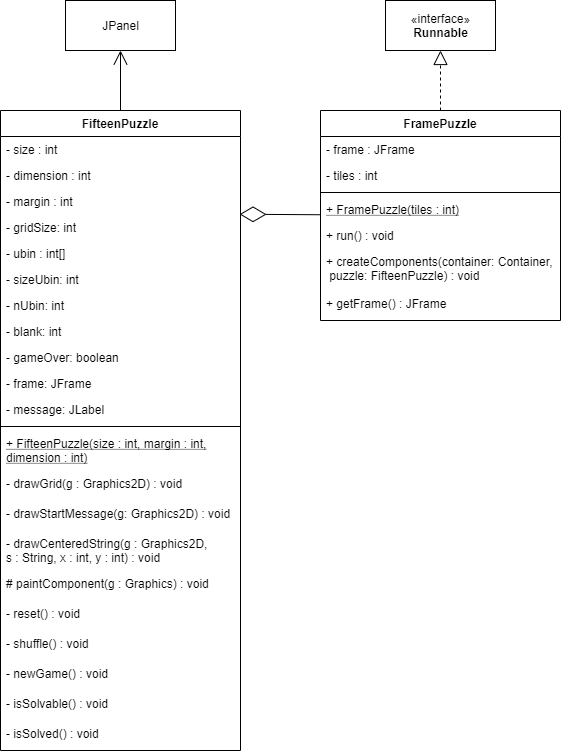
This is images/UML_15Puzzle.png from riansyh/Final-Project-OOP, a draw.io export, as it was before one commit. Source tidied: cells renumbered, new cells last; positions are measured from the earlier drawing's top-left corner, leaving out a move shared by most shapes.
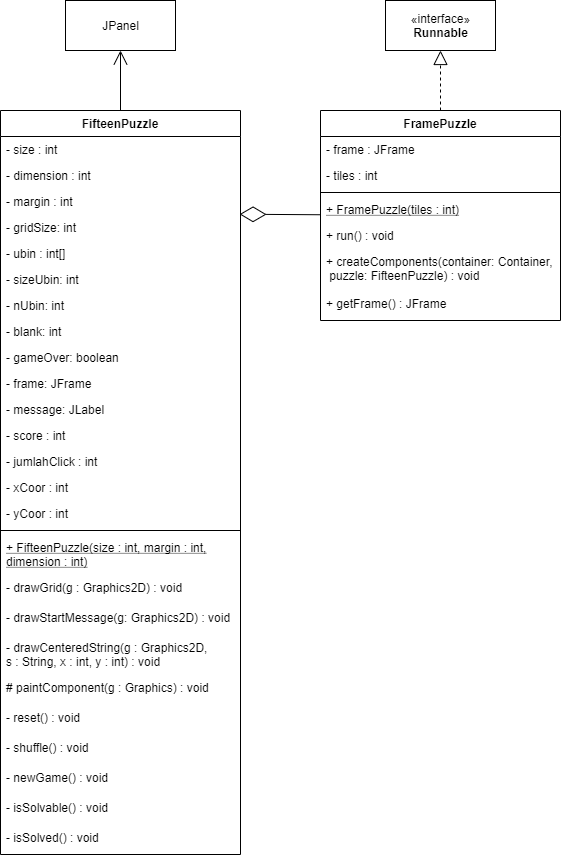
The same diagram one commit later.

Change to the diagram source:
```diff
@@ -3,7 +3,7 @@
     <mxCell id="0" />
     <mxCell id="1" parent="0" />
     <mxCell id="2" value="FifteenPuzzle" style="swimlane;fontStyle=1;align=center;verticalAlign=top;horizontal=1;startSize=26;" parent="1" vertex="1">
-      <mxGeometry y="110" width="240" height="640" as="geometry" />
+      <mxGeometry y="110" width="240" height="744" as="geometry" />
     </mxCell>
     <mxCell id="3" value="- size : int&#10;" style="text;strokeColor=none;fillColor=none;align=left;verticalAlign=top;spacingLeft=4;spacingRight=4;overflow=hidden;" parent="2" vertex="1">
       <mxGeometry y="26" width="240" height="26" as="geometry" />
@@ -38,38 +38,50 @@
     <mxCell id="13" value="- message: JLabel&#10;" style="text;strokeColor=none;fillColor=none;align=left;verticalAlign=top;spacingLeft=4;spacingRight=4;overflow=hidden;" parent="2" vertex="1">
       <mxGeometry y="286" width="240" height="26" as="geometry" />
     </mxCell>
+    <mxCell id="38" value="- score : int" style="text;strokeColor=none;fillColor=none;align=left;verticalAlign=top;spacingLeft=4;spacingRight=4;overflow=hidden;" parent="2" vertex="1">
+      <mxGeometry y="312" width="240" height="26" as="geometry" />
+    </mxCell>
+    <mxCell id="39" value="- jumlahClick : int" style="text;strokeColor=none;fillColor=none;align=left;verticalAlign=top;spacingLeft=4;spacingRight=4;overflow=hidden;" parent="2" vertex="1">
+      <mxGeometry y="338" width="240" height="26" as="geometry" />
+    </mxCell>
+    <mxCell id="40" value="- xCoor : int" style="text;strokeColor=none;fillColor=none;align=left;verticalAlign=top;spacingLeft=4;spacingRight=4;overflow=hidden;" parent="2" vertex="1">
+      <mxGeometry y="364" width="240" height="26" as="geometry" />
+    </mxCell>
+    <mxCell id="41" value="- yCoor : int" style="text;strokeColor=none;fillColor=none;align=left;verticalAlign=top;spacingLeft=4;spacingRight=4;overflow=hidden;" parent="2" vertex="1">
+      <mxGeometry y="390" width="240" height="26" as="geometry" />
+    </mxCell>
     <mxCell id="14" style="line;strokeWidth=1;fillColor=none;align=left;verticalAlign=middle;spacingTop=-1;spacingLeft=3;spacingRight=3;labelPosition=right;" parent="2" vertex="1">
-      <mxGeometry y="312" width="240" height="8" as="geometry" />
+      <mxGeometry y="416" width="240" height="8" as="geometry" />
     </mxCell>
     <mxCell id="15" value="+ FifteenPuzzle(size : int, margin : int, &#10;dimension : int)" style="text;strokeColor=none;fillColor=none;align=left;verticalAlign=top;spacingLeft=4;spacingRight=4;overflow=hidden;fontStyle=4;" parent="2" vertex="1">
-      <mxGeometry y="320" width="240" height="40" as="geometry" />
+      <mxGeometry y="424" width="240" height="40" as="geometry" />
     </mxCell>
     <mxCell id="16" value="- drawGrid(g : Graphics2D) : void" style="text;strokeColor=none;fillColor=none;align=left;verticalAlign=top;spacingLeft=4;spacingRight=4;overflow=hidden;fontStyle=0;" parent="2" vertex="1">
-      <mxGeometry y="360" width="240" height="30" as="geometry" />
+      <mxGeometry y="464" width="240" height="30" as="geometry" />
     </mxCell>
     <mxCell id="17" value="- drawStartMessage(g: Graphics2D) : void" style="text;strokeColor=none;fillColor=none;align=left;verticalAlign=top;spacingLeft=4;spacingRight=4;overflow=hidden;fontStyle=0;" parent="2" vertex="1">
-      <mxGeometry y="390" width="240" height="30" as="geometry" />
+      <mxGeometry y="494" width="240" height="30" as="geometry" />
     </mxCell>
     <mxCell id="18" value="- drawCenteredString(g : Graphics2D, &#10;s : String, x : int, y : int) : void" style="text;strokeColor=none;fillColor=none;align=left;verticalAlign=top;spacingLeft=4;spacingRight=4;overflow=hidden;fontStyle=0;" parent="2" vertex="1">
-      <mxGeometry y="420" width="240" height="40" as="geometry" />
+      <mxGeometry y="524" width="240" height="40" as="geometry" />
     </mxCell>
     <mxCell id="19" value="# paintComponent(g : Graphics) : void" style="text;strokeColor=none;fillColor=none;align=left;verticalAlign=top;spacingLeft=4;spacingRight=4;overflow=hidden;fontStyle=0;" parent="2" vertex="1">
-      <mxGeometry y="460" width="240" height="30" as="geometry" />
+      <mxGeometry y="564" width="240" height="30" as="geometry" />
     </mxCell>
     <mxCell id="20" value="- reset() : void" style="text;strokeColor=none;fillColor=none;align=left;verticalAlign=top;spacingLeft=4;spacingRight=4;overflow=hidden;fontStyle=0;" parent="2" vertex="1">
-      <mxGeometry y="490" width="240" height="30" as="geometry" />
+      <mxGeometry y="594" width="240" height="30" as="geometry" />
     </mxCell>
     <mxCell id="21" value="- shuffle() : void" style="text;strokeColor=none;fillColor=none;align=left;verticalAlign=top;spacingLeft=4;spacingRight=4;overflow=hidden;fontStyle=0;" parent="2" vertex="1">
-      <mxGeometry y="520" width="240" height="30" as="geometry" />
+      <mxGeometry y="624" width="240" height="30" as="geometry" />
     </mxCell>
     <mxCell id="22" value="- newGame() : void" style="text;strokeColor=none;fillColor=none;align=left;verticalAlign=top;spacingLeft=4;spacingRight=4;overflow=hidden;fontStyle=0;" parent="2" vertex="1">
-      <mxGeometry y="550" width="240" height="30" as="geometry" />
+      <mxGeometry y="654" width="240" height="30" as="geometry" />
     </mxCell>
     <mxCell id="23" value="- isSolvable() : void" style="text;strokeColor=none;fillColor=none;align=left;verticalAlign=top;spacingLeft=4;spacingRight=4;overflow=hidden;fontStyle=0;" parent="2" vertex="1">
-      <mxGeometry y="580" width="240" height="30" as="geometry" />
+      <mxGeometry y="684" width="240" height="30" as="geometry" />
     </mxCell>
     <mxCell id="24" value="- isSolved() : void" style="text;strokeColor=none;fillColor=none;align=left;verticalAlign=top;spacingLeft=4;spacingRight=4;overflow=hidden;fontStyle=0;" parent="2" vertex="1">
-      <mxGeometry y="610" width="240" height="30" as="geometry" />
+      <mxGeometry y="714" width="240" height="30" as="geometry" />
     </mxCell>
     <mxCell id="25" value="FramePuzzle" style="swimlane;fontStyle=1;align=center;verticalAlign=top;horizontal=1;startSize=26;" parent="1" vertex="1">
       <mxGeometry x="320" y="110" width="240" height="210" as="geometry" />
```
